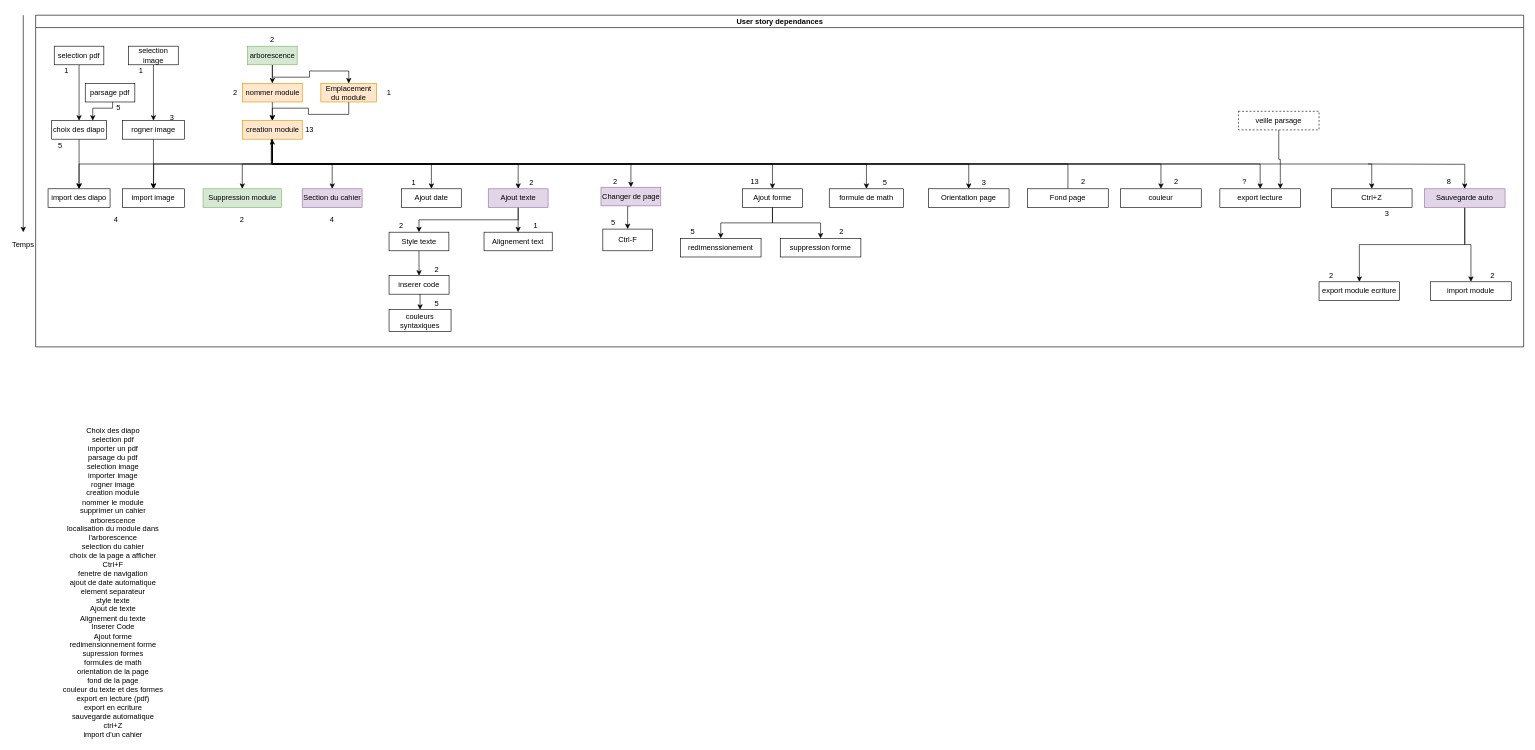
The draw.io diagram ressources/dependance_fini.drawio in Clement-Torti/book7, before the edit. Source tidied: cells renumbered, new cells numbered last; positions are measured from the earlier drawing's top-left corner, leaving out a move shared by most shapes. Both pictures are drawn from the tidied source at 62%, with x=0, y=0 at pixel (11, 15).
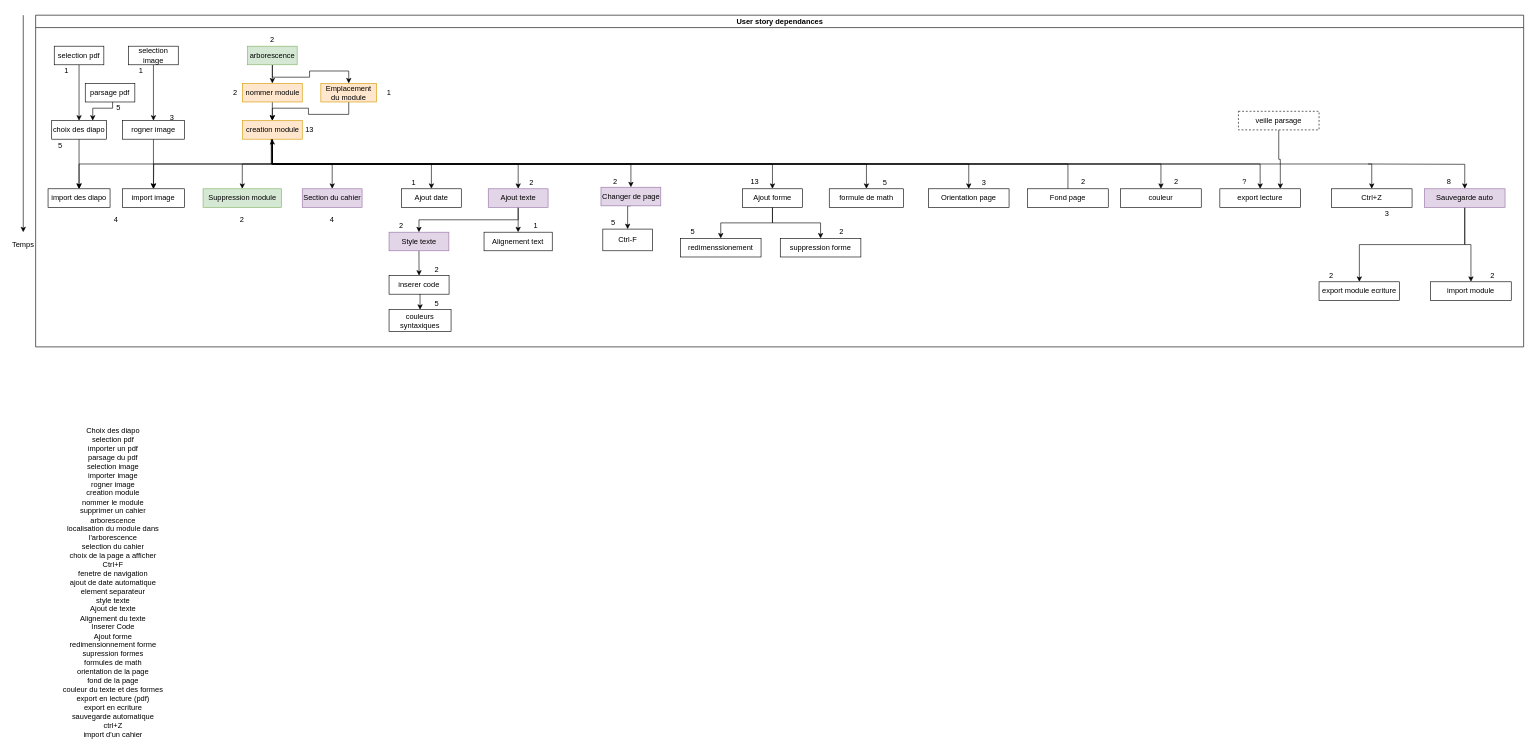
The same page after the edit.

The change refers to these unchanged cells:
```xml
<mxCell id="2" value="User story dependances" style="swimlane;html=1;startSize=20;horizontal=1;containerType=tree;glass=0;" parent="1" vertex="1">
  <mxGeometry x="40" width="2400" height="535" as="geometry" />
</mxCell>
```

Diff of the diagram source:
```diff
@@
-    <mxCell id="40" value="Style texte" style="rounded=0;whiteSpace=wrap;html=1;" parent="2" vertex="1">
+    <mxCell id="40" value="Style texte" style="rounded=0;whiteSpace=wrap;html=1;fillColor=#e1d5e7;strokeColor=#9673a6;" parent="2" vertex="1">
       <mxGeometry x="570" y="350" width="96.5" height="30" as="geometry" />
     </mxCell>
```
